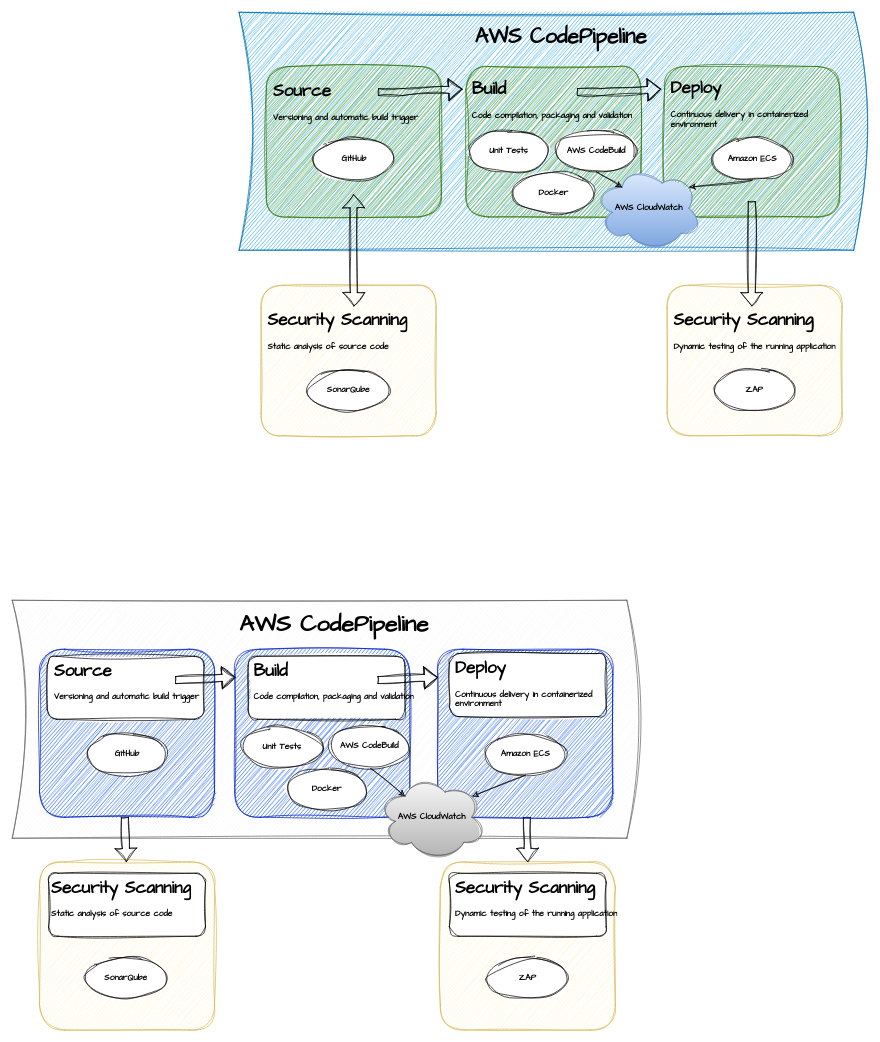
This is page "Page-1" (1 of 2) of Pipeline.drawio from sergio-oliveira-br/mini-erp, a draw.io file, before an edit. Source tidied: cells renumbered, new cells numbered last; positions are measured from the earlier drawing's top-left corner, leaving out a move shared by most shapes. Both pictures are drawn from the tidied source at 70%, with x=0, y=0 at pixel (12, 12).
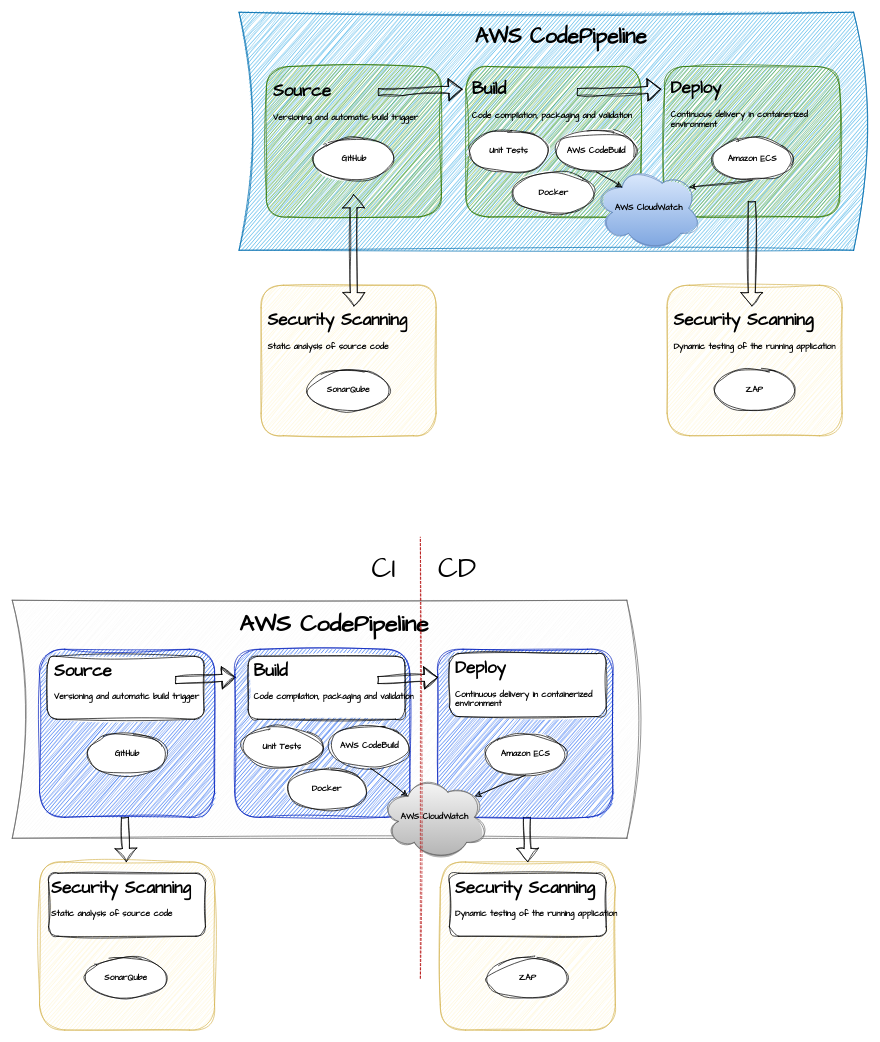
After the change.

Diff of the diagram source:
```diff
@@
     <mxCell id="44" value="AWS CloudWatch" style="ellipse;shape=cloud;whiteSpace=wrap;html=1;sketch=1;curveFitting=1;jiggle=2;fillColor=#f5f5f5;strokeColor=#666666;gradientColor=#b3b3b3;fontFamily=Comic Sans MS;fontStyle=1;" parent="1" vertex="1">
-      <mxGeometry x="523" y="1090" width="152.5" height="120" as="geometry" />
+      <mxGeometry x="527" y="1090" width="152.5" height="120" as="geometry" />
     </mxCell>
@@
+    <mxCell id="59" style="endArrow=none;html=1;rounded=0;sketch=1;curveFitting=1;jiggle=2;fillColor=#e51400;strokeColor=#B20000;dashed=1;" parent="1" edge="1">
+      <mxGeometry relative="1" as="geometry">
+        <mxPoint x="583" y="1380" as="sourcePoint" />
+        <mxPoint x="583" y="750" as="targetPoint" />
+      </mxGeometry>
+    </mxCell>
+    <mxCell id="60" value="CI" style="text;html=1;whiteSpace=wrap;strokeColor=none;fillColor=none;align=center;verticalAlign=middle;rounded=0;fontSize=40;fontFamily=Comic Sans MS;" parent="1" vertex="1">
+      <mxGeometry x="501" y="780" width="60" height="30" as="geometry" />
+    </mxCell>
+    <mxCell id="61" value="CD" style="text;html=1;whiteSpace=wrap;strokeColor=none;fillColor=none;align=center;verticalAlign=middle;rounded=0;fontSize=40;fontFamily=Comic Sans MS;" parent="1" vertex="1">
+      <mxGeometry x="605.5" y="780" width="60" height="30" as="geometry" />
+    </mxCell>
```
